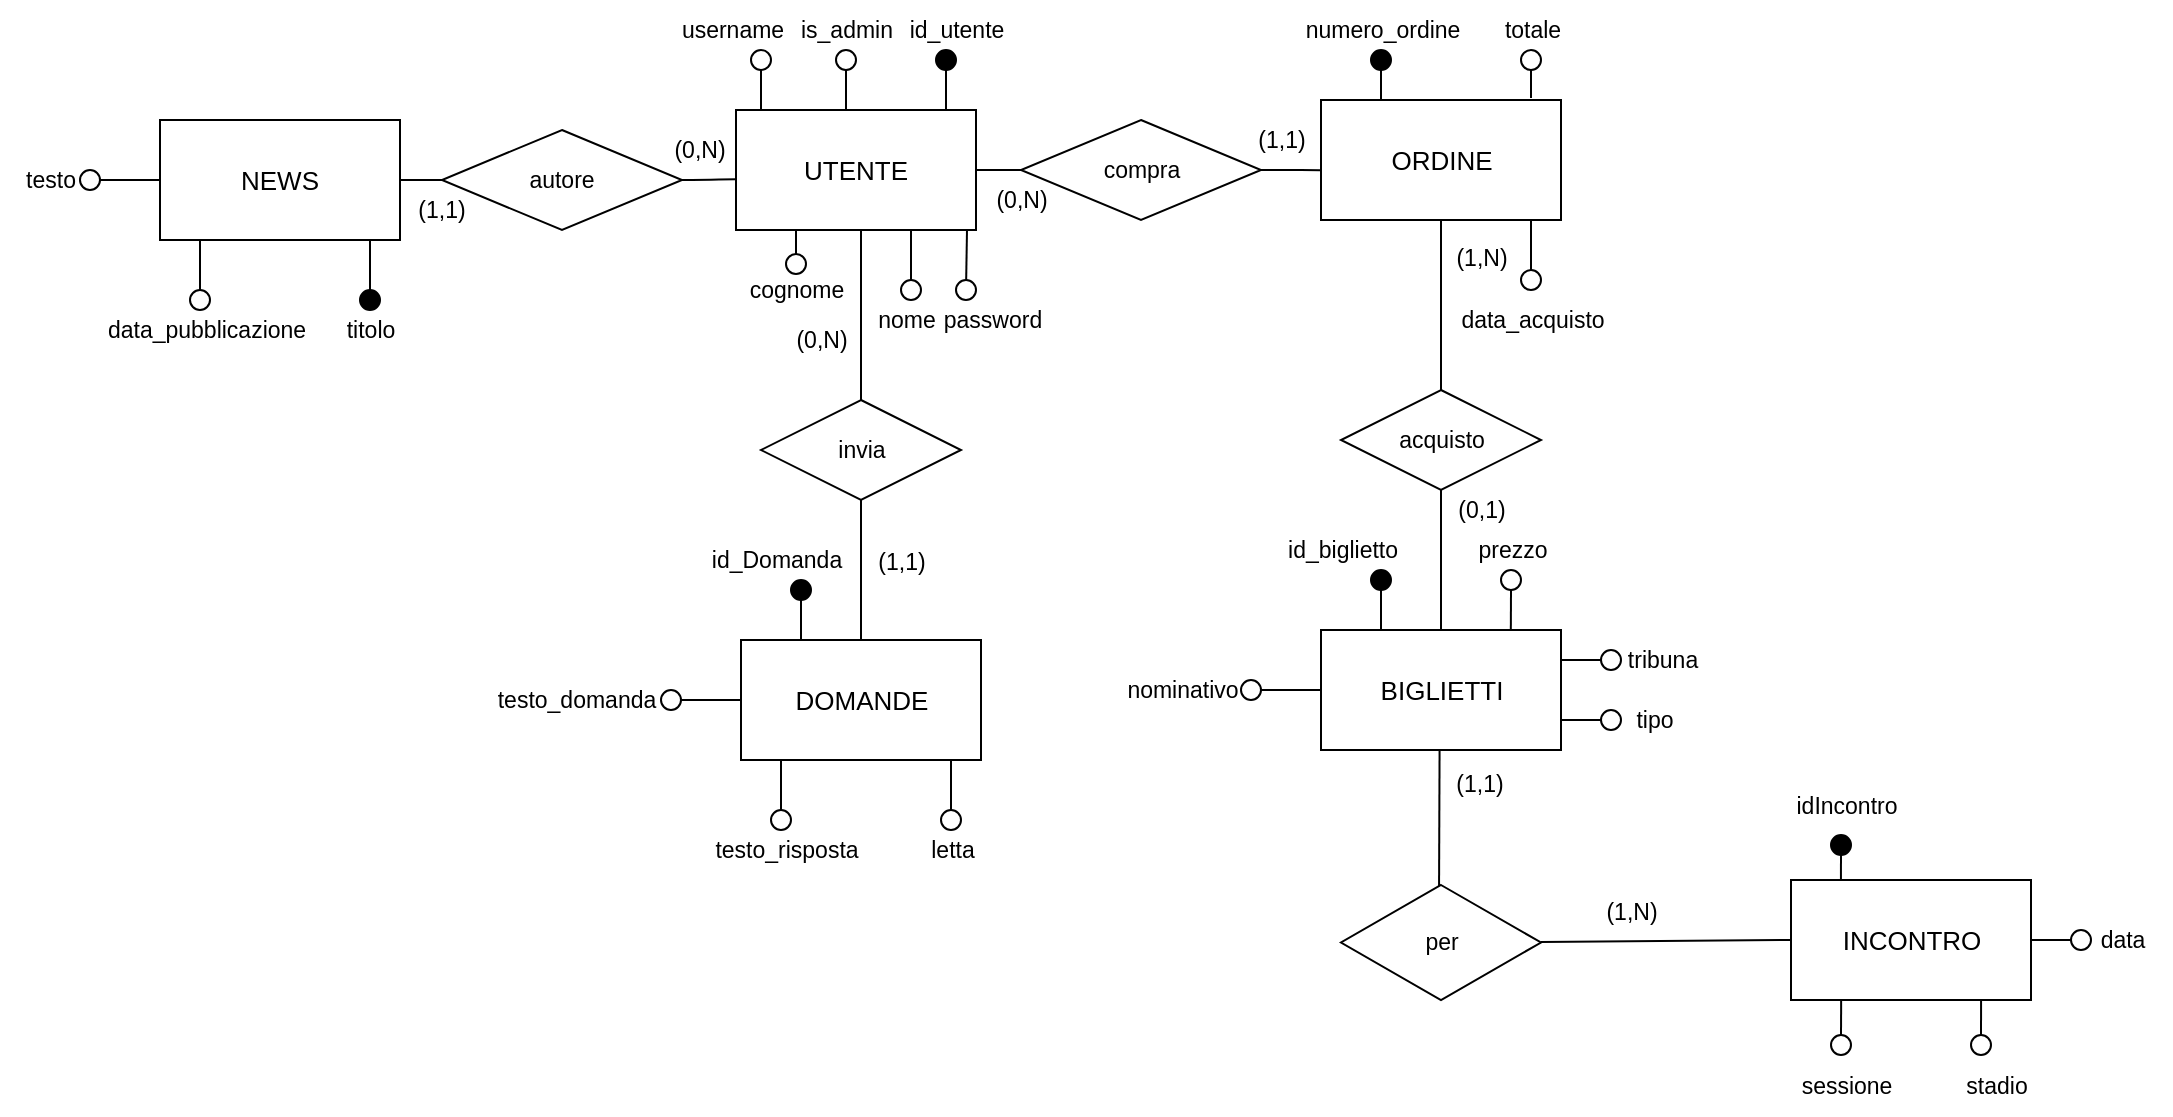
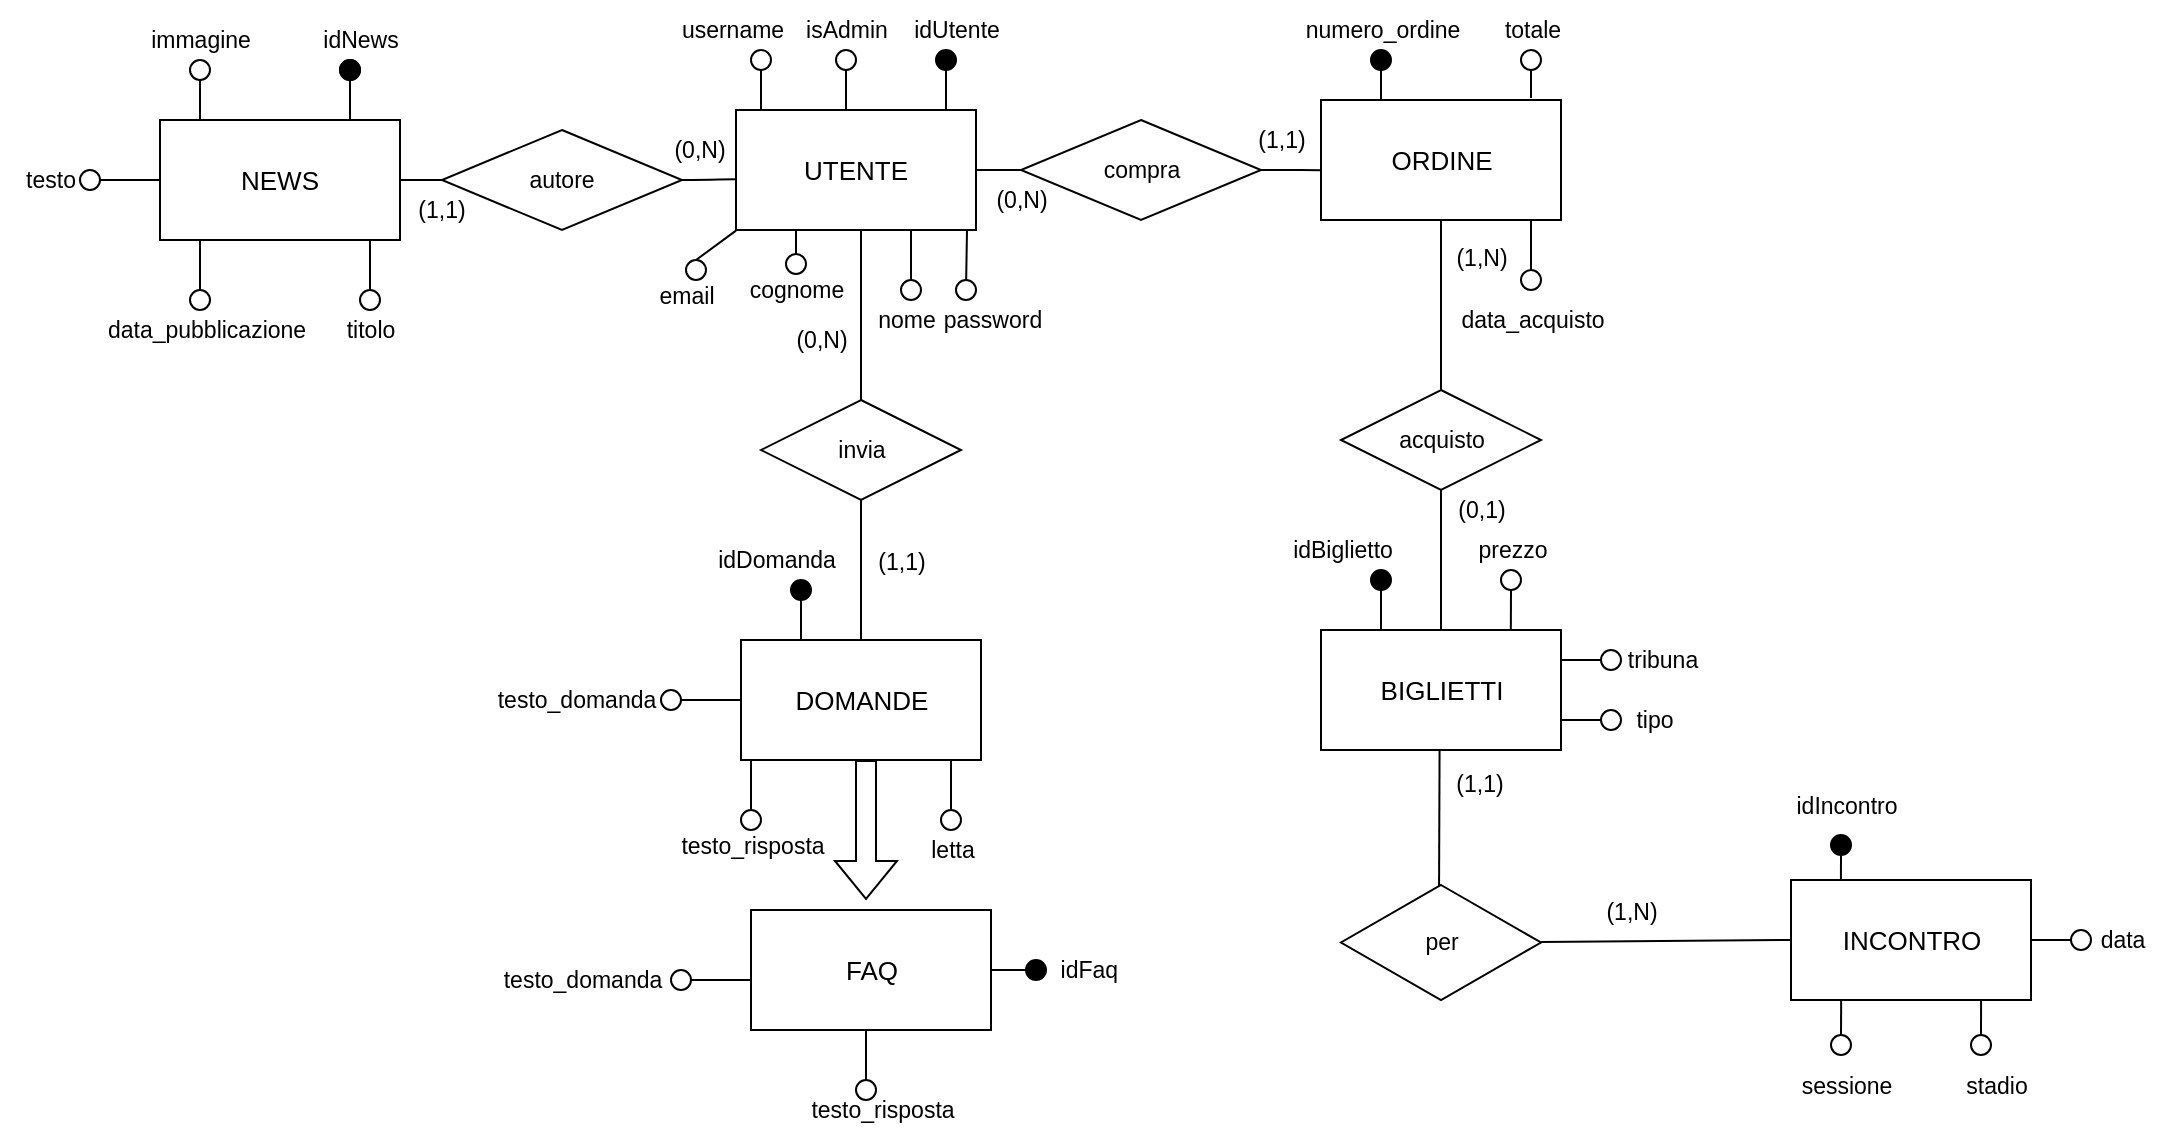
- <mxfile host="app.diagrams.net" agent="Mozilla/5.0 (Windows NT 10.0; Win64; x64) AppleWebKit/537.36 (KHTML, like Gecko) Chrome/145.0.0.0 Safari/537.36" version="29.6.1">
+ <mxfile host="app.diagrams.net" agent="Mozilla/5.0 (Windows NT 10.0; Win64; x64) AppleWebKit/537.36 (KHTML, like Gecko) Chrome/146.0.0.0 Safari/537.36" version="29.6.1">
  <diagram name="Entity-Relationship" id="IxkDRzVN_9r-2fQZlKFo">
-     <mxGraphModel dx="2626" dy="717" grid="1" gridSize="10" guides="1" tooltips="1" connect="1" arrows="1" fold="1" page="1" pageScale="1" pageWidth="827" pageHeight="1169" math="0" shadow="0">
+     <mxGraphModel dx="1856" dy="478" grid="1" gridSize="10" guides="1" tooltips="1" connect="1" arrows="1" fold="1" page="1" pageScale="1" pageWidth="827" pageHeight="1169" math="0" shadow="0">
      <root>
        <mxCell id="0" />
        <mxCell id="1" parent="0" />
        <mxCell id="4ZNaGU4eALIRzb0cE5T_-1" parent="1" style="shape=rectangle;whiteSpace=wrap;html=1;fontSize=13;" value="UTENTE" vertex="1">
          <mxGeometry height="60" width="120" x="-255" y="305" as="geometry" />
        </mxCell>
        <mxCell id="4ZNaGU4eALIRzb0cE5T_-2" parent="1" style="ellipse;whiteSpace=wrap;html=1;fillColor=none;strokeColor=black;size=10;fontSize=11.5;" value="" vertex="1">
          <mxGeometry height="10" width="10" x="-230" y="377" as="geometry" />
        </mxCell>
        <mxCell id="4ZNaGU4eALIRzb0cE5T_-3" parent="1" style="text;html=1;align=center;verticalAlign=middle;resizable=0;points=[];autosize=1;strokeColor=none;fillColor=none;fontSize=11.5;" value="nome" vertex="1">
          <mxGeometry height="30" width="50" x="-195" y="395" as="geometry" />
        </mxCell>
        <mxCell id="4ZNaGU4eALIRzb0cE5T_-5" parent="1" style="text;html=1;align=center;verticalAlign=middle;resizable=0;points=[];autosize=1;strokeColor=none;fillColor=none;fontSize=11.5;" value="cognome" vertex="1">
          <mxGeometry height="30" width="70" x="-260" y="380" as="geometry" />
        </mxCell>
        <mxCell id="4ZNaGU4eALIRzb0cE5T_-6" parent="1" style="shape=rhombus;whiteSpace=wrap;html=1;fontSize=11.5;" value="compra" vertex="1">
          <mxGeometry height="50" width="120" x="-112.5" y="310" as="geometry" />
        </mxCell>
        <mxCell id="4ZNaGU4eALIRzb0cE5T_-8" parent="1" style="shape=rectangle;whiteSpace=wrap;html=1;fontSize=13;" value="ORDINE" vertex="1">
          <mxGeometry height="60" width="120" x="37.5" y="300" as="geometry" />
        </mxCell>
        <mxCell id="4ZNaGU4eALIRzb0cE5T_-9" parent="1" style="ellipse;whiteSpace=wrap;html=1;fillColor=#000000;strokeColor=black;size=10;fontSize=11.5;" value="" vertex="1">
          <mxGeometry height="10" width="10" x="62.5" y="275" as="geometry" />
        </mxCell>
        <mxCell id="4ZNaGU4eALIRzb0cE5T_-10" parent="1" style="text;html=1;align=center;verticalAlign=middle;resizable=0;points=[];autosize=1;strokeColor=none;fillColor=none;fontSize=11.5;" value="numero_ordine" vertex="1">
          <mxGeometry height="30" width="100" x="17.5" y="250" as="geometry" />
        </mxCell>
        <mxCell id="4ZNaGU4eALIRzb0cE5T_-11" parent="1" style="ellipse;whiteSpace=wrap;html=1;fillColor=none;strokeColor=black;size=10;fontSize=11.5;" value="" vertex="1">
          <mxGeometry height="10" width="10" x="137.5" y="275" as="geometry" />
        </mxCell>
        <mxCell id="4ZNaGU4eALIRzb0cE5T_-12" parent="1" style="text;align=center;verticalAlign=middle;resizable=0;points=[];autosize=1;strokeColor=none;fillColor=none;fontFamily=Helvetica;fontSize=11.5;fontColor=default;html=1;" value="totale" vertex="1">
          <mxGeometry height="30" width="50" x="117.5" y="250" as="geometry" />
        </mxCell>
        <mxCell id="4ZNaGU4eALIRzb0cE5T_-13" parent="1" style="ellipse;whiteSpace=wrap;html=1;fillColor=none;strokeColor=black;size=10;fontSize=11.5;" value="" vertex="1">
          <mxGeometry height="10" width="10" x="137.5" y="385" as="geometry" />
        </mxCell>
        <mxCell id="4ZNaGU4eALIRzb0cE5T_-14" parent="1" style="text;html=1;align=center;verticalAlign=middle;resizable=0;points=[];autosize=1;strokeColor=none;fillColor=none;fontFamily=Helvetica;fontSize=11.5;fontColor=default;" value="data_acquisto" vertex="1">
          <mxGeometry height="30" width="100" x="92.5" y="395" as="geometry" />
        </mxCell>
        <mxCell id="4ZNaGU4eALIRzb0cE5T_-19" parent="1" style="shape=rhombus;whiteSpace=wrap;html=1;fontSize=11.5;" value="&lt;font&gt;acquisto&lt;/font&gt;" vertex="1">
          <mxGeometry height="50" width="100" x="47.5" y="445" as="geometry" />
        </mxCell>
        <mxCell id="4ZNaGU4eALIRzb0cE5T_-20" parent="1" style="shape=rectangle;whiteSpace=wrap;html=1;fontSize=13;" value="&lt;p&gt;BIGLIETTI&lt;/p&gt;" vertex="1">
          <mxGeometry height="60" width="120" x="37.5" y="565" as="geometry" />
        </mxCell>
        <mxCell id="4ZNaGU4eALIRzb0cE5T_-21" parent="1" style="ellipse;whiteSpace=wrap;html=1;fillColor=none;strokeColor=black;size=10;fontSize=11.5;" value="" vertex="1">
          <mxGeometry height="10" width="10" x="127.5" y="535" as="geometry" />
        </mxCell>
        <mxCell id="4ZNaGU4eALIRzb0cE5T_-22" parent="1" style="text;html=1;align=center;verticalAlign=middle;resizable=0;points=[];autosize=1;strokeColor=none;fillColor=none;fontSize=11.5;" value="prezzo" vertex="1">
          <mxGeometry height="30" width="60" x="102.5" y="510" as="geometry" />
        </mxCell>
        <mxCell id="4ZNaGU4eALIRzb0cE5T_-23" parent="1" style="ellipse;whiteSpace=wrap;html=1;fillColor=#000000;strokeColor=black;size=10;fontSize=11.5;" value="" vertex="1">
          <mxGeometry height="10" width="10" x="62.5" y="535" as="geometry" />
        </mxCell>
-         <mxCell id="4ZNaGU4eALIRzb0cE5T_-24" parent="1" style="text;html=1;align=center;verticalAlign=middle;resizable=0;points=[];autosize=1;strokeColor=none;fillColor=none;fontSize=11.5;" value="id_biglietto" vertex="1">
+         <mxCell id="4ZNaGU4eALIRzb0cE5T_-24" parent="1" style="text;html=1;align=center;verticalAlign=middle;resizable=0;points=[];autosize=1;strokeColor=none;fillColor=none;fontSize=11.5;" value="idBiglietto" vertex="1">
          <mxGeometry height="30" width="80" x="7.5" y="510" as="geometry" />
        </mxCell>
        <mxCell id="4ZNaGU4eALIRzb0cE5T_-25" parent="1" style="text;html=1;align=center;verticalAlign=middle;resizable=0;points=[];autosize=1;strokeColor=none;fillColor=none;fontSize=11.5;" value="tipo" vertex="1">
          <mxGeometry height="30" width="40" x="183.5" y="595" as="geometry" />
        </mxCell>
        <mxCell id="4ZNaGU4eALIRzb0cE5T_-43" edge="1" parent="1" source="4ZNaGU4eALIRzb0cE5T_-1" style="endArrow=none;endFill=0;exitX=0.25;exitY=1;exitDx=0;exitDy=0;entryX=0.5;entryY=0;entryDx=0;entryDy=0;fontSize=11.5;" target="4ZNaGU4eALIRzb0cE5T_-2" value="">
          <mxGeometry relative="1" as="geometry" />
        </mxCell>
        <mxCell id="4ZNaGU4eALIRzb0cE5T_-45" edge="1" parent="1" source="4ZNaGU4eALIRzb0cE5T_-1" style="endArrow=none;endFill=0;whiteSpace=wrap;labelBackgroundColor=none;entryX=0;entryY=0.5;entryDx=0;entryDy=0;fontSize=11.5;" target="4ZNaGU4eALIRzb0cE5T_-6" value="(0,N)">
          <mxGeometry relative="1" x="1" y="-15" as="geometry">
            <mxPoint as="offset" />
            <Array as="points" />
            <mxPoint x="-112.5" y="337.4999999999998" as="targetPoint" />
          </mxGeometry>
        </mxCell>
        <mxCell id="4ZNaGU4eALIRzb0cE5T_-46" edge="1" parent="1" source="4ZNaGU4eALIRzb0cE5T_-6" style="endArrow=none;endFill=0;whiteSpace=wrap;labelBackgroundColor=none;fontSize=11.5;entryX=-0.002;entryY=0.585;entryDx=0;entryDy=0;entryPerimeter=0;" target="4ZNaGU4eALIRzb0cE5T_-8" value="(1,1)">
          <mxGeometry relative="1" x="-0.328" y="15" as="geometry">
            <mxPoint as="offset" />
            <Array as="points">
              <mxPoint x="17.5" y="335" />
            </Array>
          </mxGeometry>
        </mxCell>
        <mxCell id="4ZNaGU4eALIRzb0cE5T_-47" edge="1" parent="1" source="4ZNaGU4eALIRzb0cE5T_-8" style="endArrow=none;endFill=0;exitX=0.25;exitY=0;exitDx=0;exitDy=0;fontSize=11.5;" target="4ZNaGU4eALIRzb0cE5T_-9" value="">
          <mxGeometry relative="1" as="geometry" />
        </mxCell>
        <mxCell id="4ZNaGU4eALIRzb0cE5T_-48" edge="1" parent="1" style="endArrow=none;endFill=0;fontSize=11.5;" target="4ZNaGU4eALIRzb0cE5T_-11" value="">
          <mxGeometry relative="1" as="geometry">
            <mxPoint x="142.5" y="299" as="sourcePoint" />
          </mxGeometry>
        </mxCell>
        <mxCell id="4ZNaGU4eALIRzb0cE5T_-49" edge="1" parent="1" source="4ZNaGU4eALIRzb0cE5T_-8" style="endArrow=none;endFill=0;exitX=0.875;exitY=1.005;exitDx=0;exitDy=0;exitPerimeter=0;fontSize=11.5;" target="4ZNaGU4eALIRzb0cE5T_-13" value="">
          <mxGeometry relative="1" as="geometry" />
        </mxCell>
        <mxCell id="4ZNaGU4eALIRzb0cE5T_-51" edge="1" parent="1" source="4ZNaGU4eALIRzb0cE5T_-8" style="endArrow=none;endFill=0;whiteSpace=wrap;labelBackgroundColor=none;fontSize=11.5;" target="4ZNaGU4eALIRzb0cE5T_-19" value="(1,N)">
          <mxGeometry relative="1" x="-0.5556" y="20" as="geometry">
            <mxPoint as="offset" />
          </mxGeometry>
        </mxCell>
        <mxCell id="4ZNaGU4eALIRzb0cE5T_-52" edge="1" parent="1" source="4ZNaGU4eALIRzb0cE5T_-19" style="endArrow=none;endFill=0;whiteSpace=wrap;labelBackgroundColor=none;fontSize=11.5;" target="4ZNaGU4eALIRzb0cE5T_-20" value="(0,1)">
          <mxGeometry relative="1" x="-0.7143" y="20" as="geometry">
            <mxPoint as="offset" />
          </mxGeometry>
        </mxCell>
        <mxCell id="4ZNaGU4eALIRzb0cE5T_-53" edge="1" parent="1" source="4ZNaGU4eALIRzb0cE5T_-20" style="endArrow=none;endFill=0;exitX=0.791;exitY=-0.004;exitDx=0;exitDy=0;exitPerimeter=0;fontSize=11.5;" target="4ZNaGU4eALIRzb0cE5T_-21" value="">
          <mxGeometry relative="1" as="geometry" />
        </mxCell>
        <mxCell id="4ZNaGU4eALIRzb0cE5T_-54" edge="1" parent="1" source="4ZNaGU4eALIRzb0cE5T_-20" style="endArrow=none;endFill=0;exitX=0.25;exitY=0;exitDx=0;exitDy=0;fontSize=11.5;" target="4ZNaGU4eALIRzb0cE5T_-23" value="">
          <mxGeometry relative="1" as="geometry" />
        </mxCell>
        <mxCell id="4ZNaGU4eALIRzb0cE5T_-73" parent="1" style="ellipse;whiteSpace=wrap;html=1;fillColor=none;strokeColor=black;size=10;fontSize=11.5;" value="" vertex="1">
          <mxGeometry height="10" width="10" x="-205" y="275" as="geometry" />
        </mxCell>
-         <mxCell id="4ZNaGU4eALIRzb0cE5T_-74" parent="1" style="text;html=1;align=center;verticalAlign=middle;resizable=0;points=[];autosize=1;strokeColor=none;fillColor=none;fontSize=11.5;" value="is_admin" vertex="1">
+         <mxCell id="4ZNaGU4eALIRzb0cE5T_-74" parent="1" style="text;html=1;align=center;verticalAlign=middle;resizable=0;points=[];autosize=1;strokeColor=none;fillColor=none;fontSize=11.5;" value="isAdmin" vertex="1">
          <mxGeometry height="30" width="70" x="-235" y="250" as="geometry" />
        </mxCell>
        <mxCell id="4ZNaGU4eALIRzb0cE5T_-75" edge="1" parent="1" style="endArrow=none;endFill=0;exitX=0.25;exitY=0;exitDx=0;exitDy=0;fontSize=11.5;" target="4ZNaGU4eALIRzb0cE5T_-73" value="">
          <mxGeometry relative="1" as="geometry">
            <mxPoint x="-200" y="305.00000000000006" as="sourcePoint" />
          </mxGeometry>
        </mxCell>
        <mxCell id="4ZNaGU4eALIRzb0cE5T_-76" parent="1" style="ellipse;whiteSpace=wrap;html=1;fillColor=none;strokeColor=black;size=10;fontSize=11.5;" value="" vertex="1">
          <mxGeometry height="10" width="10" x="177.5" y="605" as="geometry" />
        </mxCell>
        <mxCell id="4ZNaGU4eALIRzb0cE5T_-77" edge="1" parent="1" source="4ZNaGU4eALIRzb0cE5T_-20" style="endArrow=none;endFill=0;exitX=1;exitY=0.75;exitDx=0;exitDy=0;fontSize=11.5;" target="4ZNaGU4eALIRzb0cE5T_-76" value="">
          <mxGeometry relative="1" as="geometry">
            <mxPoint x="202.5" y="605" as="sourcePoint" />
          </mxGeometry>
        </mxCell>
        <mxCell id="4ZNaGU4eALIRzb0cE5T_-78" edge="1" parent="1" style="endArrow=none;endFill=0;exitX=0.75;exitY=0;exitDx=0;exitDy=0;fontSize=11.5;" target="4ZNaGU4eALIRzb0cE5T_-79" value="">
          <mxGeometry relative="1" as="geometry">
            <mxPoint x="-150" y="305.00000000000006" as="sourcePoint" />
            <mxPoint x="-150" y="272.5" as="targetPoint" />
          </mxGeometry>
        </mxCell>
        <mxCell id="4ZNaGU4eALIRzb0cE5T_-79" parent="1" style="ellipse;whiteSpace=wrap;html=1;fillColor=#000000;strokeColor=black;size=10;fontSize=11.5;" value="" vertex="1">
          <mxGeometry height="10" width="10" x="-155" y="275" as="geometry" />
        </mxCell>
-         <mxCell id="4ZNaGU4eALIRzb0cE5T_-80" parent="1" style="text;html=1;align=center;verticalAlign=middle;resizable=0;points=[];autosize=1;strokeColor=none;fillColor=none;fontSize=11.5;" value="id_utente" vertex="1">
+         <mxCell id="4ZNaGU4eALIRzb0cE5T_-80" parent="1" style="text;html=1;align=center;verticalAlign=middle;resizable=0;points=[];autosize=1;strokeColor=none;fillColor=none;fontSize=11.5;" value="idUtente" vertex="1">
          <mxGeometry height="30" width="70" x="-180" y="250" as="geometry" />
        </mxCell>
        <mxCell id="4ZNaGU4eALIRzb0cE5T_-81" parent="1" style="text;html=1;align=center;verticalAlign=middle;resizable=0;points=[];autosize=1;strokeColor=none;fillColor=none;fontSize=11.5;" value="tribuna" vertex="1">
          <mxGeometry height="30" width="60" x="177.5" y="565" as="geometry" />
        </mxCell>
        <mxCell id="4ZNaGU4eALIRzb0cE5T_-82" parent="1" style="ellipse;whiteSpace=wrap;html=1;fillColor=none;strokeColor=black;size=10;fontSize=11.5;" value="" vertex="1">
          <mxGeometry height="10" width="10" x="177.5" y="575" as="geometry" />
        </mxCell>
        <mxCell id="4ZNaGU4eALIRzb0cE5T_-83" edge="1" parent="1" style="endArrow=none;endFill=0;exitX=1;exitY=0.75;exitDx=0;exitDy=0;fontSize=11.5;" target="4ZNaGU4eALIRzb0cE5T_-82" value="">
          <mxGeometry relative="1" as="geometry">
            <mxPoint x="157.5" y="580" as="sourcePoint" />
          </mxGeometry>
        </mxCell>
        <mxCell id="4ZNaGU4eALIRzb0cE5T_-95" parent="1" style="text;html=1;align=center;verticalAlign=middle;resizable=0;points=[];autosize=1;strokeColor=none;fillColor=none;fontSize=11.5;" value="password" vertex="1">
          <mxGeometry height="30" width="70" x="-162.5" y="395" as="geometry" />
        </mxCell>
        <mxCell id="4ZNaGU4eALIRzb0cE5T_-176" parent="1" style="text;html=1;align=center;verticalAlign=middle;resizable=0;points=[];autosize=1;strokeColor=none;fillColor=none;fontSize=11.5;" value="username" vertex="1">
          <mxGeometry height="30" width="80" x="-297.5" y="250" as="geometry" />
-         </mxCell>
-         <mxCell id="4ZNaGU4eALIRzb0cE5T_-178" parent="1" style="ellipse;whiteSpace=wrap;html=1;fillColor=none;strokeColor=black;size=10;fontSize=11.5;" value="" vertex="1">
-           <mxGeometry height="10" width="10" x="-2.5" y="590" as="geometry" />
-         </mxCell>
-         <mxCell id="4ZNaGU4eALIRzb0cE5T_-179" parent="1" style="text;html=1;align=center;verticalAlign=middle;resizable=0;points=[];autosize=1;strokeColor=none;fillColor=none;fontSize=11.5;" value="nominativo" vertex="1">
-           <mxGeometry height="30" width="80" x="-72.5" y="580" as="geometry" />
-         </mxCell>
-         <mxCell id="4ZNaGU4eALIRzb0cE5T_-180" edge="1" parent="1" source="4ZNaGU4eALIRzb0cE5T_-20" style="endArrow=none;endFill=0;fontSize=11.5;exitX=0;exitY=0.5;exitDx=0;exitDy=0;" value="">
-           <mxGeometry relative="1" as="geometry">
-             <mxPoint x="27" y="594.5" as="sourcePoint" />
-             <mxPoint x="7.5" y="595" as="targetPoint" />
-           </mxGeometry>
        </mxCell>
        <mxCell id="4ZNaGU4eALIRzb0cE5T_-181" edge="1" parent="1" style="endArrow=none;endFill=0;whiteSpace=wrap;labelBackgroundColor=none;fontSize=11.5;" value="(1,1)">
          <mxGeometry relative="1" x="-0.5556" y="20" as="geometry">
            <mxPoint as="offset" />
            <mxPoint x="96.79000000000002" y="625" as="sourcePoint" />
            <mxPoint x="96.5" y="700" as="targetPoint" />
          </mxGeometry>
        </mxCell>
        <mxCell id="4ZNaGU4eALIRzb0cE5T_-195" parent="1" style="shape=rhombus;whiteSpace=wrap;html=1;fontSize=11.5;" value="per" vertex="1">
          <mxGeometry height="57.5" width="100" x="47.5" y="692.5" as="geometry" />
        </mxCell>
        <mxCell id="4ZNaGU4eALIRzb0cE5T_-196" parent="1" style="shape=rectangle;whiteSpace=wrap;html=1;fontSize=13;" value="INCONTRO" vertex="1">
          <mxGeometry height="60" width="120" x="272.5" y="690" as="geometry" />
        </mxCell>
        <mxCell id="4ZNaGU4eALIRzb0cE5T_-197" parent="1" style="ellipse;whiteSpace=wrap;html=1;fillColor=#000000;strokeColor=black;size=10;fontSize=11.5;" value="" vertex="1">
          <mxGeometry height="10" width="10" x="292.5" y="667.5" as="geometry" />
        </mxCell>
        <mxCell id="4ZNaGU4eALIRzb0cE5T_-198" parent="1" style="text;html=1;align=center;verticalAlign=middle;resizable=0;points=[];autosize=1;strokeColor=none;fillColor=none;fontSize=11.5;" value="idIncontro" vertex="1">
          <mxGeometry height="30" width="80" x="260" y="637.5" as="geometry" />
        </mxCell>
        <mxCell id="4ZNaGU4eALIRzb0cE5T_-199" parent="1" style="ellipse;whiteSpace=wrap;html=1;fillColor=none;strokeColor=black;size=10;fontSize=11.5;" value="" vertex="1">
          <mxGeometry height="10" width="10" x="292.5" y="767.5" as="geometry" />
        </mxCell>
        <mxCell id="4ZNaGU4eALIRzb0cE5T_-201" parent="1" style="ellipse;whiteSpace=wrap;html=1;fillColor=none;strokeColor=black;size=10;fontSize=11.5;" value="" vertex="1">
          <mxGeometry height="10" width="10" x="362.5" y="767.5" as="geometry" />
        </mxCell>
        <mxCell id="4ZNaGU4eALIRzb0cE5T_-203" edge="1" parent="1" source="4ZNaGU4eALIRzb0cE5T_-196" style="endArrow=none;endFill=0;exitX=0.208;exitY=0.001;exitDx=0;exitDy=0;exitPerimeter=0;fontSize=11.5;" target="4ZNaGU4eALIRzb0cE5T_-197" value="">
          <mxGeometry relative="1" as="geometry" />
        </mxCell>
        <mxCell id="4ZNaGU4eALIRzb0cE5T_-204" edge="1" parent="1" source="4ZNaGU4eALIRzb0cE5T_-196" style="endArrow=none;endFill=0;exitX=0.209;exitY=1.005;exitDx=0;exitDy=0;exitPerimeter=0;fontSize=11.5;" target="4ZNaGU4eALIRzb0cE5T_-199" value="">
          <mxGeometry relative="1" as="geometry">
            <mxPoint x="310" y="757.5" as="sourcePoint" />
          </mxGeometry>
        </mxCell>
        <mxCell id="4ZNaGU4eALIRzb0cE5T_-205" edge="1" parent="1" source="4ZNaGU4eALIRzb0cE5T_-196" style="endArrow=none;endFill=0;exitX=0.792;exitY=1.004;exitDx=0;exitDy=0;exitPerimeter=0;fontSize=11.5;" target="4ZNaGU4eALIRzb0cE5T_-201" value="">
          <mxGeometry relative="1" as="geometry" />
        </mxCell>
        <mxCell id="4ZNaGU4eALIRzb0cE5T_-211" parent="1" style="text;html=1;align=center;verticalAlign=middle;resizable=0;points=[];autosize=1;strokeColor=none;fillColor=none;fontSize=11.5;" value="sessione" vertex="1">
          <mxGeometry height="30" width="70" x="265" y="777.5" as="geometry" />
        </mxCell>
        <mxCell id="4ZNaGU4eALIRzb0cE5T_-212" parent="1" style="text;html=1;align=center;verticalAlign=middle;resizable=0;points=[];autosize=1;strokeColor=none;fillColor=none;fontSize=11.5;" value="stadio" vertex="1">
          <mxGeometry height="30" width="60" x="345" y="777.5" as="geometry" />
        </mxCell>
        <mxCell id="4ZNaGU4eALIRzb0cE5T_-213" parent="1" style="text;html=1;align=center;verticalAlign=middle;resizable=0;points=[];autosize=1;strokeColor=none;fillColor=none;fontSize=11.5;" value="data" vertex="1">
          <mxGeometry height="30" width="50" x="412.5" y="705" as="geometry" />
        </mxCell>
        <mxCell id="4ZNaGU4eALIRzb0cE5T_-214" parent="1" style="ellipse;whiteSpace=wrap;html=1;fillColor=none;strokeColor=black;size=10;fontSize=11.5;" value="" vertex="1">
          <mxGeometry height="10" width="10" x="412.5" y="715" as="geometry" />
        </mxCell>
        <mxCell id="4ZNaGU4eALIRzb0cE5T_-215" edge="1" parent="1" style="endArrow=none;endFill=0;exitX=1;exitY=0.75;exitDx=0;exitDy=0;fontSize=11.5;" target="4ZNaGU4eALIRzb0cE5T_-214" value="">
          <mxGeometry relative="1" as="geometry">
            <mxPoint x="392.5" y="720" as="sourcePoint" />
          </mxGeometry>
        </mxCell>
        <mxCell id="4ZNaGU4eALIRzb0cE5T_-216" edge="1" parent="1" style="endArrow=none;endFill=0;whiteSpace=wrap;labelBackgroundColor=none;exitX=1;exitY=0.5;exitDx=0;exitDy=0;fontSize=11.5;entryX=0;entryY=0.5;entryDx=0;entryDy=0;" target="4ZNaGU4eALIRzb0cE5T_-196" value="(1,N)">
          <mxGeometry relative="1" x="-0.2632" y="15" as="geometry">
            <mxPoint as="offset" />
            <mxPoint x="147.5" y="721.01" as="sourcePoint" />
            <mxPoint x="267.5" y="720" as="targetPoint" />
          </mxGeometry>
        </mxCell>
        <mxCell id="4ZNaGU4eALIRzb0cE5T_-217" parent="1" style="ellipse;whiteSpace=wrap;html=1;fillColor=none;strokeColor=black;size=10;fontSize=11.5;" value="" vertex="1">
          <mxGeometry height="10" width="10" x="-172.5" y="390" as="geometry" />
        </mxCell>
        <mxCell id="4ZNaGU4eALIRzb0cE5T_-219" parent="1" style="shape=rhombus;whiteSpace=wrap;html=1;fontSize=11.5;" value="&lt;font&gt;invia&lt;/font&gt;" vertex="1">
          <mxGeometry height="50" width="100" x="-242.5" y="450" as="geometry" />
        </mxCell>
        <mxCell id="4ZNaGU4eALIRzb0cE5T_-220" parent="1" style="shape=rectangle;whiteSpace=wrap;html=1;fontSize=13;" value="&lt;p&gt;DOMANDE&lt;/p&gt;" vertex="1">
          <mxGeometry height="60" width="120" x="-252.5" y="570" as="geometry" />
        </mxCell>
        <mxCell id="4ZNaGU4eALIRzb0cE5T_-223" parent="1" style="ellipse;whiteSpace=wrap;html=1;fillColor=#000000;strokeColor=black;size=10;fontSize=11.5;" value="" vertex="1">
          <mxGeometry height="10" width="10" x="-227.5" y="540" as="geometry" />
        </mxCell>
        <mxCell id="4ZNaGU4eALIRzb0cE5T_-224" parent="1" style="text;html=1;align=center;verticalAlign=middle;resizable=0;points=[];autosize=1;strokeColor=none;fillColor=none;fontSize=11.5;" value="testo_domanda" vertex="1">
          <mxGeometry height="30" width="110" x="-390" y="585" as="geometry" />
        </mxCell>
        <mxCell id="4ZNaGU4eALIRzb0cE5T_-225" edge="1" parent="1" style="endArrow=none;endFill=0;exitX=0.875;exitY=1.005;exitDx=0;exitDy=0;exitPerimeter=0;fontSize=11.5;" target="4ZNaGU4eALIRzb0cE5T_-217" value="">
          <mxGeometry relative="1" as="geometry">
            <mxPoint x="-167.5" y="365" as="sourcePoint" />
          </mxGeometry>
        </mxCell>
        <mxCell id="4ZNaGU4eALIRzb0cE5T_-226" edge="1" parent="1" style="endArrow=none;endFill=0;whiteSpace=wrap;labelBackgroundColor=none;fontSize=11.5;" target="4ZNaGU4eALIRzb0cE5T_-219" value="(0,N)">
          <mxGeometry relative="1" x="0.2941" y="-20" as="geometry">
            <mxPoint as="offset" />
            <mxPoint x="-192.5" y="365" as="sourcePoint" />
          </mxGeometry>
        </mxCell>
        <mxCell id="4ZNaGU4eALIRzb0cE5T_-227" edge="1" parent="1" source="4ZNaGU4eALIRzb0cE5T_-219" style="endArrow=none;endFill=0;whiteSpace=wrap;labelBackgroundColor=none;fontSize=11.5;" target="4ZNaGU4eALIRzb0cE5T_-220" value="(1,1)">
          <mxGeometry relative="1" x="-0.1429" y="20" as="geometry">
            <mxPoint y="1" as="offset" />
          </mxGeometry>
        </mxCell>
        <mxCell id="4ZNaGU4eALIRzb0cE5T_-229" edge="1" parent="1" source="4ZNaGU4eALIRzb0cE5T_-220" style="endArrow=none;endFill=0;exitX=0.25;exitY=0;exitDx=0;exitDy=0;fontSize=11.5;" target="4ZNaGU4eALIRzb0cE5T_-223" value="">
          <mxGeometry relative="1" as="geometry" />
        </mxCell>
        <mxCell id="4ZNaGU4eALIRzb0cE5T_-230" parent="1" style="ellipse;whiteSpace=wrap;html=1;fillColor=none;strokeColor=black;size=10;fontSize=11.5;" value="" vertex="1">
          <mxGeometry height="10" width="10" x="-152.5" y="655" as="geometry" />
        </mxCell>
        <mxCell id="4ZNaGU4eALIRzb0cE5T_-231" edge="1" parent="1" style="endArrow=none;endFill=0;exitX=1;exitY=0.75;exitDx=0;exitDy=0;fontSize=11.5;" value="">
          <mxGeometry relative="1" as="geometry">
            <mxPoint x="-147.5" y="630" as="sourcePoint" />
            <mxPoint x="-147.5" y="655" as="targetPoint" />
          </mxGeometry>
        </mxCell>
        <mxCell id="4ZNaGU4eALIRzb0cE5T_-234" edge="1" parent="1" source="4ZNaGU4eALIRzb0cE5T_-220" style="endArrow=none;endFill=0;fontSize=11.5;exitX=0;exitY=0.5;exitDx=0;exitDy=0;" value="">
          <mxGeometry relative="1" as="geometry">
            <mxPoint x="-263" y="599.5" as="sourcePoint" />
            <mxPoint x="-282.5" y="600" as="targetPoint" />
          </mxGeometry>
        </mxCell>
-         <mxCell id="4ZNaGU4eALIRzb0cE5T_-236" parent="1" style="text;html=1;align=center;verticalAlign=middle;resizable=0;points=[];autosize=1;strokeColor=none;fillColor=none;fontSize=11.5;" value="id_Domanda" vertex="1">
-           <mxGeometry height="30" width="90" x="-280" y="515" as="geometry" />
+         <mxCell id="4ZNaGU4eALIRzb0cE5T_-236" parent="1" style="text;html=1;align=center;verticalAlign=middle;resizable=0;points=[];autosize=1;strokeColor=none;fillColor=none;fontSize=11.5;" value="idDomanda" vertex="1">
+           <mxGeometry height="30" width="80" x="-275" y="515" as="geometry" />
        </mxCell>
        <mxCell id="4ZNaGU4eALIRzb0cE5T_-237" parent="1" style="ellipse;whiteSpace=wrap;html=1;fillColor=none;strokeColor=black;size=10;fontSize=11.5;" value="" vertex="1">
          <mxGeometry height="10" width="10" x="-292.5" y="595" as="geometry" />
        </mxCell>
        <mxCell id="4ZNaGU4eALIRzb0cE5T_-238" parent="1" style="ellipse;whiteSpace=wrap;html=1;fillColor=none;strokeColor=black;size=10;fontSize=11.5;" value="" vertex="1">
-           <mxGeometry height="10" width="10" x="-237.5" y="655" as="geometry" />
+           <mxGeometry height="10" width="10" x="-252.5" y="655" as="geometry" />
        </mxCell>
        <mxCell id="4ZNaGU4eALIRzb0cE5T_-239" edge="1" parent="1" style="endArrow=none;endFill=0;exitX=0.875;exitY=1.005;exitDx=0;exitDy=0;exitPerimeter=0;fontSize=11.5;" target="4ZNaGU4eALIRzb0cE5T_-238" value="">
          <mxGeometry relative="1" as="geometry">
-             <mxPoint x="-232.5" y="630" as="sourcePoint" />
+             <mxPoint x="-247.5" y="630" as="sourcePoint" />
          </mxGeometry>
        </mxCell>
        <mxCell id="4ZNaGU4eALIRzb0cE5T_-240" parent="1" style="text;html=1;align=center;verticalAlign=middle;resizable=0;points=[];autosize=1;strokeColor=none;fillColor=none;fontSize=11.5;" value="testo_risposta" vertex="1">
-           <mxGeometry height="30" width="100" x="-280" y="660" as="geometry" />
+           <mxGeometry height="30" width="100" x="-297.5" y="657.5" as="geometry" />
        </mxCell>
        <mxCell id="4ZNaGU4eALIRzb0cE5T_-242" parent="1" style="text;html=1;align=center;verticalAlign=middle;resizable=0;points=[];autosize=1;strokeColor=none;fillColor=none;fontSize=11.5;" value="letta" vertex="1">
          <mxGeometry height="30" width="50" x="-172.5" y="660" as="geometry" />
        </mxCell>
        <mxCell id="4ZNaGU4eALIRzb0cE5T_-243" parent="1" style="shape=rhombus;whiteSpace=wrap;html=1;fontSize=11.5;" value="autore" vertex="1">
          <mxGeometry height="50" width="120" x="-402" y="315" as="geometry" />
        </mxCell>
        <mxCell id="4ZNaGU4eALIRzb0cE5T_-244" edge="1" parent="1" style="endArrow=none;endFill=0;whiteSpace=wrap;labelBackgroundColor=none;entryX=0;entryY=0.5;entryDx=0;entryDy=0;fontSize=11.5;" target="4ZNaGU4eALIRzb0cE5T_-243" value="(1,1)">
          <mxGeometry relative="1" x="1" y="-15" as="geometry">
            <mxPoint as="offset" />
            <Array as="points" />
            <mxPoint x="-424.5" y="340" as="sourcePoint" />
            <mxPoint x="-402" y="342.4999999999998" as="targetPoint" />
          </mxGeometry>
        </mxCell>
        <mxCell id="4ZNaGU4eALIRzb0cE5T_-245" edge="1" parent="1" source="4ZNaGU4eALIRzb0cE5T_-243" style="endArrow=none;endFill=0;whiteSpace=wrap;labelBackgroundColor=none;fontSize=11.5;entryX=-0.001;entryY=0.577;entryDx=0;entryDy=0;entryPerimeter=0;" target="4ZNaGU4eALIRzb0cE5T_-1" value="(0,N)">
          <mxGeometry relative="1" x="-0.328" y="15" as="geometry">
            <mxPoint as="offset" />
            <Array as="points">
              <mxPoint x="-272" y="340" />
            </Array>
            <mxPoint x="-252.5" y="340" as="targetPoint" />
          </mxGeometry>
        </mxCell>
        <mxCell id="4ZNaGU4eALIRzb0cE5T_-253" parent="1" style="ellipse;whiteSpace=wrap;html=1;fillColor=none;strokeColor=black;size=10;fontSize=11.5;" value="" vertex="1">
          <mxGeometry height="10" width="10" x="-145" y="390" as="geometry" />
        </mxCell>
        <mxCell id="4ZNaGU4eALIRzb0cE5T_-254" edge="1" parent="1" style="endArrow=none;endFill=0;exitX=0.875;exitY=1.005;exitDx=0;exitDy=0;exitPerimeter=0;fontSize=11.5;" target="4ZNaGU4eALIRzb0cE5T_-253" value="">
          <mxGeometry relative="1" as="geometry">
            <mxPoint x="-139.5" y="365" as="sourcePoint" />
          </mxGeometry>
        </mxCell>
        <mxCell id="4ZNaGU4eALIRzb0cE5T_-255" parent="1" style="ellipse;whiteSpace=wrap;html=1;fillColor=none;strokeColor=black;size=10;fontSize=11.5;" value="" vertex="1">
          <mxGeometry height="10" width="10" x="-247.5" y="275" as="geometry" />
        </mxCell>
        <mxCell id="4ZNaGU4eALIRzb0cE5T_-256" edge="1" parent="1" style="endArrow=none;endFill=0;exitX=0.25;exitY=0;exitDx=0;exitDy=0;fontSize=11.5;" target="4ZNaGU4eALIRzb0cE5T_-255" value="">
          <mxGeometry relative="1" as="geometry">
            <mxPoint x="-242.5" y="305.00000000000006" as="sourcePoint" />
          </mxGeometry>
        </mxCell>
        <mxCell id="4ZNaGU4eALIRzb0cE5T_-257" parent="1" style="shape=rectangle;whiteSpace=wrap;html=1;fontSize=13;" value="&lt;p&gt;NEWS&lt;/p&gt;" vertex="1">
          <mxGeometry height="60" width="120" x="-543" y="310" as="geometry" />
        </mxCell>
        <mxCell id="4ZNaGU4eALIRzb0cE5T_-259" edge="1" parent="1" style="endArrow=none;endFill=0;exitX=1;exitY=0.75;exitDx=0;exitDy=0;fontSize=11.5;" value="">
          <mxGeometry relative="1" as="geometry">
            <mxPoint x="-438" y="370" as="sourcePoint" />
            <mxPoint x="-438" y="395" as="targetPoint" />
          </mxGeometry>
        </mxCell>
        <mxCell id="4ZNaGU4eALIRzb0cE5T_-260" edge="1" parent="1" source="4ZNaGU4eALIRzb0cE5T_-257" style="endArrow=none;endFill=0;fontSize=11.5;exitX=0;exitY=0.5;exitDx=0;exitDy=0;" value="">
          <mxGeometry relative="1" as="geometry">
            <mxPoint x="-553.5" y="339.5" as="sourcePoint" />
            <mxPoint x="-573" y="340" as="targetPoint" />
          </mxGeometry>
        </mxCell>
        <mxCell id="4ZNaGU4eALIRzb0cE5T_-261" parent="1" style="ellipse;whiteSpace=wrap;html=1;fillColor=none;strokeColor=black;size=10;fontSize=11.5;" value="" vertex="1">
          <mxGeometry height="10" width="10" x="-583" y="335" as="geometry" />
        </mxCell>
        <mxCell id="4ZNaGU4eALIRzb0cE5T_-262" parent="1" style="ellipse;whiteSpace=wrap;html=1;fillColor=none;strokeColor=black;size=10;fontSize=11.5;" value="" vertex="1">
          <mxGeometry height="10" width="10" x="-528" y="395" as="geometry" />
        </mxCell>
        <mxCell id="4ZNaGU4eALIRzb0cE5T_-263" edge="1" parent="1" style="endArrow=none;endFill=0;exitX=0.875;exitY=1.005;exitDx=0;exitDy=0;exitPerimeter=0;fontSize=11.5;" target="4ZNaGU4eALIRzb0cE5T_-262" value="">
          <mxGeometry relative="1" as="geometry">
            <mxPoint x="-523" y="370" as="sourcePoint" />
          </mxGeometry>
        </mxCell>
        <mxCell id="4ZNaGU4eALIRzb0cE5T_-264" parent="1" style="text;html=1;align=center;verticalAlign=middle;resizable=0;points=[];autosize=1;strokeColor=none;fillColor=none;fontSize=11.5;" value="data_pubblicazione" vertex="1">
          <mxGeometry height="30" width="130" x="-585.5" y="400" as="geometry" />
        </mxCell>
        <mxCell id="4ZNaGU4eALIRzb0cE5T_-265" parent="1" style="text;html=1;align=center;verticalAlign=middle;resizable=0;points=[];autosize=1;strokeColor=none;fillColor=none;fontSize=11.5;" value="titolo" vertex="1">
          <mxGeometry height="30" width="50" x="-463" y="400" as="geometry" />
        </mxCell>
-         <mxCell id="4ZNaGU4eALIRzb0cE5T_-267" parent="1" style="ellipse;whiteSpace=wrap;html=1;fillColor=#000000;strokeColor=black;size=10;fontSize=11.5;" value="" vertex="1">
-           <mxGeometry height="10" width="10" x="-443" y="395" as="geometry" />
-         </mxCell>
        <mxCell id="4ZNaGU4eALIRzb0cE5T_-268" parent="1" style="text;html=1;align=center;verticalAlign=middle;resizable=0;points=[];autosize=1;strokeColor=none;fillColor=none;fontSize=11.5;" value="testo" vertex="1">
          <mxGeometry height="30" width="50" x="-623" y="325" as="geometry" />
+         </mxCell>
+         <mxCell id="jVLuyLCe5Frl8q8dWTwd-1" parent="1" style="text;html=1;align=center;verticalAlign=middle;resizable=0;points=[];autosize=1;strokeColor=none;fillColor=none;fontSize=11.5;" value="email&lt;div&gt;&lt;br&gt;&lt;/div&gt;" vertex="1">
+           <mxGeometry height="40" width="50" x="-305" y="385" as="geometry" />
+         </mxCell>
+         <mxCell id="jVLuyLCe5Frl8q8dWTwd-4" parent="1" style="ellipse;whiteSpace=wrap;html=1;fillColor=none;strokeColor=black;size=10;fontSize=11.5;" value="" vertex="1">
+           <mxGeometry height="10" width="10" x="-280" y="380" as="geometry" />
+         </mxCell>
+         <mxCell id="jVLuyLCe5Frl8q8dWTwd-5" edge="1" parent="1" style="endArrow=none;endFill=0;exitX=-0.002;exitY=0.922;exitDx=0;exitDy=0;entryX=0.5;entryY=0;entryDx=0;entryDy=0;fontSize=11.5;exitPerimeter=0;" target="jVLuyLCe5Frl8q8dWTwd-4" value="">
+           <mxGeometry relative="1" as="geometry">
+             <mxPoint x="-255" y="365.32" as="sourcePoint" />
+           </mxGeometry>
+         </mxCell>
+         <mxCell id="jVLuyLCe5Frl8q8dWTwd-6" parent="1" style="text;html=1;align=center;verticalAlign=middle;resizable=0;points=[];autosize=1;strokeColor=none;fillColor=none;fontSize=11.5;" value="immagine" vertex="1">
+           <mxGeometry height="30" width="80" x="-563" y="255" as="geometry" />
+         </mxCell>
+         <mxCell id="jVLuyLCe5Frl8q8dWTwd-8" parent="1" style="ellipse;whiteSpace=wrap;html=1;fillColor=none;strokeColor=black;size=10;fontSize=11.5;" value="" vertex="1">
+           <mxGeometry height="10" width="10" x="-528" y="280" as="geometry" />
+         </mxCell>
+         <mxCell id="jVLuyLCe5Frl8q8dWTwd-9" edge="1" parent="1" style="endArrow=none;endFill=0;exitX=0.25;exitY=0;exitDx=0;exitDy=0;fontSize=11.5;" target="jVLuyLCe5Frl8q8dWTwd-8" value="">
+           <mxGeometry relative="1" as="geometry">
+             <Array as="points">
+               <mxPoint x="-523" y="300" />
+             </Array>
+             <mxPoint x="-523" y="310.00000000000006" as="sourcePoint" />
+           </mxGeometry>
+         </mxCell>
+         <mxCell id="jVLuyLCe5Frl8q8dWTwd-10" edge="1" parent="1" style="shape=flexArrow;endArrow=classic;html=1;rounded=0;" value="">
+           <mxGeometry height="50" relative="1" width="50" as="geometry">
+             <mxPoint x="-190" y="630" as="sourcePoint" />
+             <mxPoint x="-190" y="700" as="targetPoint" />
+           </mxGeometry>
+         </mxCell>
+         <mxCell id="jVLuyLCe5Frl8q8dWTwd-11" parent="1" style="shape=rectangle;whiteSpace=wrap;html=1;fontSize=13;" value="&lt;p&gt;FAQ&lt;/p&gt;" vertex="1">
+           <mxGeometry height="60" width="120" x="-247.5" y="705" as="geometry" />
+         </mxCell>
+         <mxCell id="jVLuyLCe5Frl8q8dWTwd-12" edge="1" parent="1" style="endArrow=none;endFill=0;fontSize=11.5;exitX=0;exitY=0.5;exitDx=0;exitDy=0;" value="">
+           <mxGeometry relative="1" as="geometry">
+             <mxPoint x="-247" y="740" as="sourcePoint" />
+             <mxPoint x="-277.5" y="740" as="targetPoint" />
+           </mxGeometry>
+         </mxCell>
+         <mxCell id="jVLuyLCe5Frl8q8dWTwd-13" parent="1" style="ellipse;whiteSpace=wrap;html=1;fillColor=none;strokeColor=black;size=10;fontSize=11.5;" value="" vertex="1">
+           <mxGeometry height="10" width="10" x="-287.5" y="735" as="geometry" />
+         </mxCell>
+         <mxCell id="jVLuyLCe5Frl8q8dWTwd-14" parent="1" style="ellipse;whiteSpace=wrap;html=1;fillColor=none;strokeColor=black;size=10;fontSize=11.5;" value="" vertex="1">
+           <mxGeometry height="10" width="10" x="-195" y="790" as="geometry" />
+         </mxCell>
+         <mxCell id="jVLuyLCe5Frl8q8dWTwd-15" edge="1" parent="1" style="endArrow=none;endFill=0;exitX=0.875;exitY=1.005;exitDx=0;exitDy=0;exitPerimeter=0;fontSize=11.5;" target="jVLuyLCe5Frl8q8dWTwd-14" value="">
+           <mxGeometry relative="1" as="geometry">
+             <mxPoint x="-190" y="765" as="sourcePoint" />
+           </mxGeometry>
+         </mxCell>
+         <mxCell id="jVLuyLCe5Frl8q8dWTwd-16" parent="1" style="text;html=1;align=center;verticalAlign=middle;resizable=0;points=[];autosize=1;strokeColor=none;fillColor=none;fontSize=11.5;" value="testo_risposta" vertex="1">
+           <mxGeometry height="30" width="100" x="-232.5" y="790" as="geometry" />
+         </mxCell>
+         <mxCell id="jVLuyLCe5Frl8q8dWTwd-17" parent="1" style="text;html=1;align=center;verticalAlign=middle;resizable=0;points=[];autosize=1;strokeColor=none;fillColor=none;fontSize=11.5;" value="testo_domanda" vertex="1">
+           <mxGeometry height="30" width="110" x="-387.5" y="725" as="geometry" />
+         </mxCell>
+         <mxCell id="jVLuyLCe5Frl8q8dWTwd-18" parent="1" style="text;html=1;align=center;verticalAlign=middle;resizable=0;points=[];autosize=1;strokeColor=none;fillColor=none;fontSize=11.5;" value="&amp;nbsp; idFaq" vertex="1">
+           <mxGeometry height="30" width="60" x="-112.5" y="720" as="geometry" />
+         </mxCell>
+         <mxCell id="jVLuyLCe5Frl8q8dWTwd-20" edge="1" parent="1" style="endArrow=none;endFill=0;exitX=1;exitY=0.75;exitDx=0;exitDy=0;fontSize=11.5;" value="">
+           <mxGeometry relative="1" as="geometry">
+             <mxPoint x="-127.5" y="735" as="sourcePoint" />
+             <mxPoint x="-107" y="735" as="targetPoint" />
+           </mxGeometry>
+         </mxCell>
+         <mxCell id="jVLuyLCe5Frl8q8dWTwd-21" parent="1" style="ellipse;whiteSpace=wrap;html=1;fillColor=#000000;strokeColor=black;size=10;fontSize=11.5;" value="" vertex="1">
+           <mxGeometry height="10" width="10" x="-110" y="730" as="geometry" />
+         </mxCell>
+         <mxCell id="jVLuyLCe5Frl8q8dWTwd-22" parent="1" style="ellipse;whiteSpace=wrap;html=1;fillColor=none;strokeColor=black;size=10;fontSize=11.5;" value="" vertex="1">
+           <mxGeometry height="10" width="10" x="-453" y="280" as="geometry" />
+         </mxCell>
+         <mxCell id="jVLuyLCe5Frl8q8dWTwd-23" edge="1" parent="1" style="endArrow=none;endFill=0;exitX=0.25;exitY=0;exitDx=0;exitDy=0;fontSize=11.5;" target="jVLuyLCe5Frl8q8dWTwd-22" value="">
+           <mxGeometry relative="1" as="geometry">
+             <Array as="points">
+               <mxPoint x="-448" y="300" />
+             </Array>
+             <mxPoint x="-448" y="310.00000000000006" as="sourcePoint" />
+           </mxGeometry>
+         </mxCell>
+         <mxCell id="jVLuyLCe5Frl8q8dWTwd-24" parent="1" style="text;html=1;align=center;verticalAlign=middle;resizable=0;points=[];autosize=1;strokeColor=none;fillColor=none;fontSize=11.5;" value="idNews" vertex="1">
+           <mxGeometry height="30" width="60" x="-473" y="255" as="geometry" />
+         </mxCell>
+         <mxCell id="jVLuyLCe5Frl8q8dWTwd-25" parent="1" style="ellipse;whiteSpace=wrap;html=1;fillColor=#000000;strokeColor=black;size=10;fontSize=11.5;" value="" vertex="1">
+           <mxGeometry height="10" width="10" x="-453" y="280" as="geometry" />
+         </mxCell>
+         <mxCell id="jVLuyLCe5Frl8q8dWTwd-26" parent="1" style="ellipse;whiteSpace=wrap;html=1;fillColor=none;strokeColor=black;size=10;fontSize=11.5;" value="" vertex="1">
+           <mxGeometry height="10" width="10" x="-443" y="395" as="geometry" />
        </mxCell>
      </root>
    </mxGraphModel>
  </diagram>
</mxfile>
